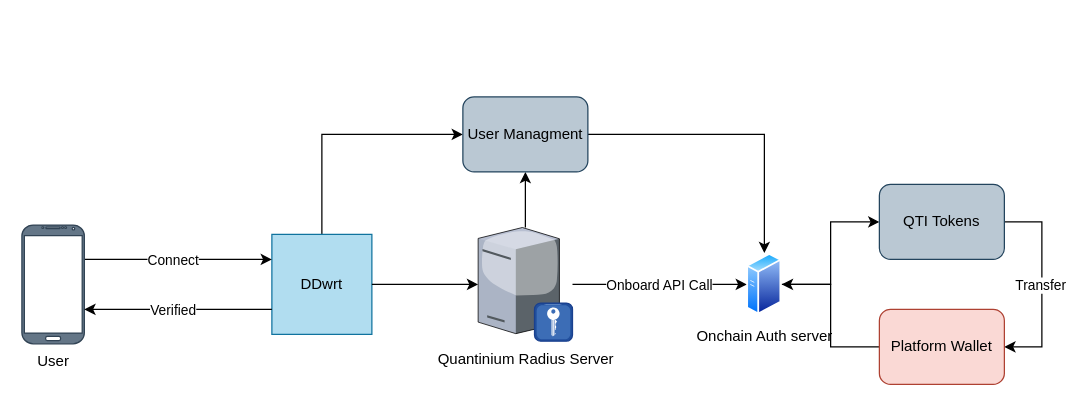
The draw.io diagram Quantinium-wifi-conectivity.drawio in ali-05-ahmed/Concept-Diagrams, before the edit. Source tidied: cells renumbered, new cells numbered last; positions are measured from the earlier drawing's top-left corner, leaving out a move shared by most shapes. Both pictures are drawn from the tidied source at 125%, with x=0, y=0 at pixel (21, 96).
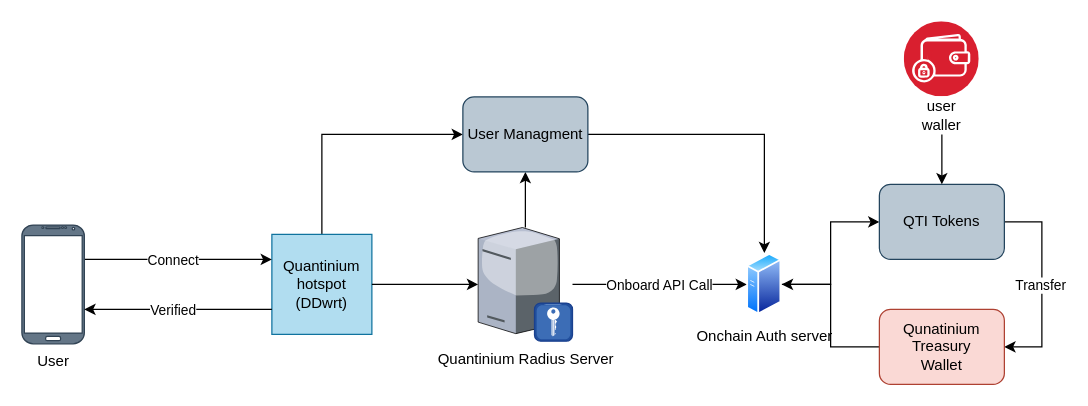
The same page after the edit.

The change refers to these unchanged cells:
```xml
<mxCell id="13" value="QTI Tokens" style="rounded=1;whiteSpace=wrap;html=1;fillColor=#bac8d3;strokeColor=#23445d;" parent="1" vertex="1">
  <mxGeometry x="686" y="70" width="100" height="60" as="geometry" />
</mxCell>
```

Diff of the diagram source:
```diff
@@
-    <mxCell id="5" value="DDwrt" style="whiteSpace=wrap;html=1;fillColor=#b1ddf0;strokeColor=#10739e;" parent="1" vertex="1">
+    <mxCell id="5" value="Quantinium hotspot&lt;br&gt;(DDwrt)" style="whiteSpace=wrap;html=1;fillColor=#b1ddf0;strokeColor=#10739e;" parent="1" vertex="1">
       <mxGeometry x="200" y="110" width="80" height="80" as="geometry" />
     </mxCell>
@@
-    <mxCell id="15" value="Platform Wallet" style="rounded=1;whiteSpace=wrap;html=1;fillColor=#fad9d5;strokeColor=#ae4132;" parent="1" vertex="1">
+    <mxCell id="15" value="Qunatinium Treasury&lt;div&gt;Wallet&lt;/div&gt;" style="rounded=1;whiteSpace=wrap;html=1;fillColor=#fad9d5;strokeColor=#ae4132;" parent="1" vertex="1">
       <mxGeometry x="686" y="170" width="100" height="60" as="geometry" />
     </mxCell>
@@
+    <mxCell id="23" style="image;perimeter=ellipsePerimeter;html=1;align=center;shadow=0;dashed=0;fontColor=#4277BB;labelBackgroundColor=default;fontSize=12;spacingTop=3;image=img/lib/ibm/blockchain/wallet.svg;" parent="1" vertex="1">
+      <mxGeometry x="706" y="-60" width="60" height="60" as="geometry" />
+    </mxCell>
+    <mxCell id="24" style="edgeStyle=orthogonalEdgeStyle;rounded=0;jettySize=auto;html=1;" parent="1" edge="1" source="25" target="13">
+      <mxGeometry relative="1" as="geometry" />
+    </mxCell>
+    <mxCell id="25" value="user waller" style="text;html=1;align=center;verticalAlign=middle;whiteSpace=wrap;rounded=0;" parent="1" vertex="1">
+      <mxGeometry x="706" width="60" height="30" as="geometry" />
+    </mxCell>
```
